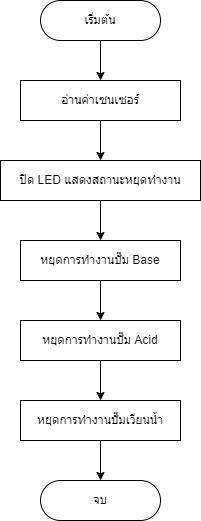
Before: flowcharts/stop.png, a diagram exported from draw.io (thestampr/pHConditioner). Source tidied: cells renumbered, new cells last; positions are measured from the earlier drawing's top-left corner, leaving out a move shared by most shapes.
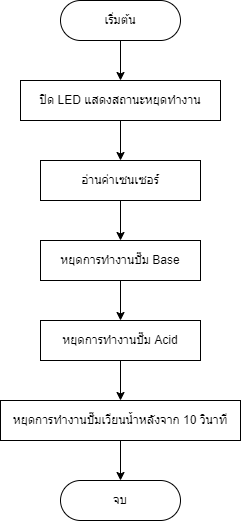
After the change.

The edit, as a diff of the source:
```diff
@@ -17,28 +17,28 @@
     <mxCell id="6" style="edgeStyle=none;html=1;strokeColor=#000000;fontColor=#000000;endArrow=classic;endFill=1;" parent="1" edge="1" source="7" target="11">
       <mxGeometry relative="1" as="geometry" />
     </mxCell>
-    <mxCell id="7" value="หยุดการทำงานปั๊มเวียนน้ำ" style="whiteSpace=wrap;html=1;rounded=0;labelBackgroundColor=none;comic=0;strokeColor=#000000;fontColor=#000000;fillColor=none;" parent="1" vertex="1">
-      <mxGeometry x="20" y="400" width="160" height="40" as="geometry" />
+    <mxCell id="7" value="หยุดการทำงานปั๊มเวียนน้ำหลังจาก 10 วินาที" style="whiteSpace=wrap;html=1;rounded=0;labelBackgroundColor=none;comic=0;strokeColor=#000000;fontColor=#000000;fillColor=none;" parent="1" vertex="1">
+      <mxGeometry x="-20" y="400" width="240" height="40" as="geometry" />
     </mxCell>
-    <mxCell id="8" style="edgeStyle=none;html=1;strokeColor=#000000;fontColor=#000000;endArrow=classic;endFill=1;entryX=0.5;entryY=0;entryDx=0;entryDy=0;" parent="1" edge="1" target="13">
+    <mxCell id="8" style="edgeStyle=none;html=1;strokeColor=#000000;fontColor=#000000;endArrow=classic;endFill=1;entryX=0.5;entryY=0;entryDx=0;entryDy=0;" parent="1" edge="1" target="10">
       <mxGeometry relative="1" as="geometry">
         <mxPoint x="100" y="40" as="sourcePoint" />
       </mxGeometry>
     </mxCell>
-    <mxCell id="9" style="edgeStyle=none;html=1;strokeColor=#000000;fontColor=#000000;endArrow=classic;endFill=1;" parent="1" edge="1" source="10" target="3">
+    <mxCell id="9" style="edgeStyle=none;html=1;strokeColor=#000000;fontColor=#000000;endArrow=classic;endFill=1;exitX=0.5;exitY=1;exitDx=0;exitDy=0;" parent="1" edge="1" source="13" target="3">
       <mxGeometry relative="1" as="geometry" />
     </mxCell>
+    <mxCell id="15" style="edgeStyle=none;html=1;strokeColor=#000000;" parent="1" edge="1" source="10" target="13">
+      <mxGeometry relative="1" as="geometry" />
+    </mxCell>
     <mxCell id="10" value="ปิด LED แสดงสถานะหยุดทำงาน" style="whiteSpace=wrap;html=1;fillColor=none;strokeColor=#000000;fontColor=#000000;rounded=0;labelBackgroundColor=none;comic=0;" parent="1" vertex="1">
-      <mxGeometry y="160" width="200" height="40" as="geometry" />
+      <mxGeometry y="80" width="200" height="40" as="geometry" />
     </mxCell>
     <mxCell id="11" value="จบ" style="rounded=1;whiteSpace=wrap;html=1;fontSize=12;glass=0;strokeWidth=1;shadow=0;arcSize=50;fillColor=none;strokeColor=#000000;fontColor=#000000;" parent="1" vertex="1">
       <mxGeometry x="40" y="480" width="120" height="40" as="geometry" />
     </mxCell>
-    <mxCell id="12" style="edgeStyle=none;html=1;strokeColor=#000000;strokeWidth=1;" parent="1" edge="1" source="13" target="10">
-      <mxGeometry relative="1" as="geometry" />
-    </mxCell>
     <mxCell id="13" value="อ่านค่าเซนเซอร์" style="whiteSpace=wrap;html=1;rounded=0;labelBackgroundColor=none;comic=0;strokeColor=#000000;fontColor=#000000;fillColor=none;" parent="1" vertex="1">
-      <mxGeometry x="20" y="80" width="160" height="40" as="geometry" />
+      <mxGeometry x="20" y="160" width="160" height="40" as="geometry" />
     </mxCell>
     <mxCell id="14" value="เริ่มต้น" style="rounded=1;whiteSpace=wrap;html=1;fontSize=12;glass=0;strokeWidth=1;shadow=0;arcSize=50;fillColor=none;strokeColor=#000000;fontColor=#000000;" parent="1" vertex="1">
       <mxGeometry x="40" width="120" height="40" as="geometry" />
```
